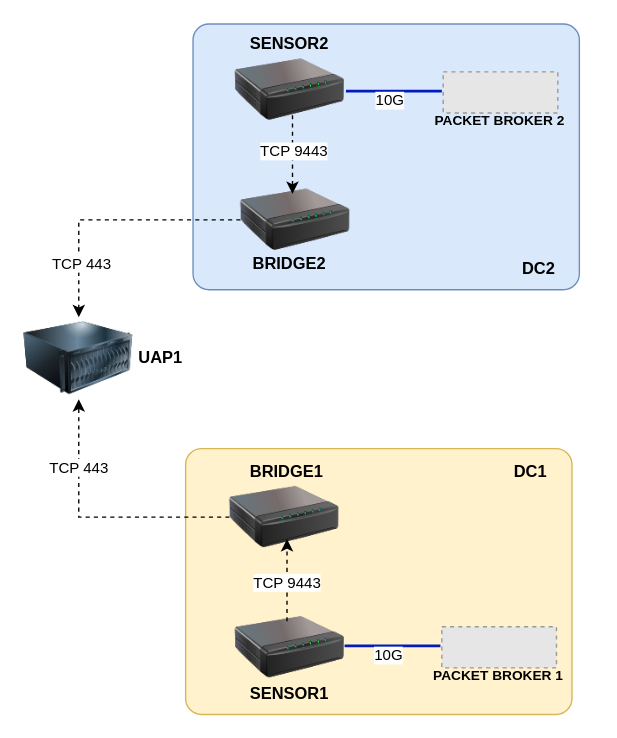
Earlier version of the draw.io diagram woori.drawio (jacmathew/jacmathew). Source tidied: cells renumbered, new cells numbered last; positions are measured from the earlier drawing's top-left corner, leaving out a move shared by most shapes. Both pictures are drawn from the tidied source at 137%, with x=0, y=0 at pixel (23, 23). Pictures stored in the file or linked from it are replaced by grey dashed boxes.
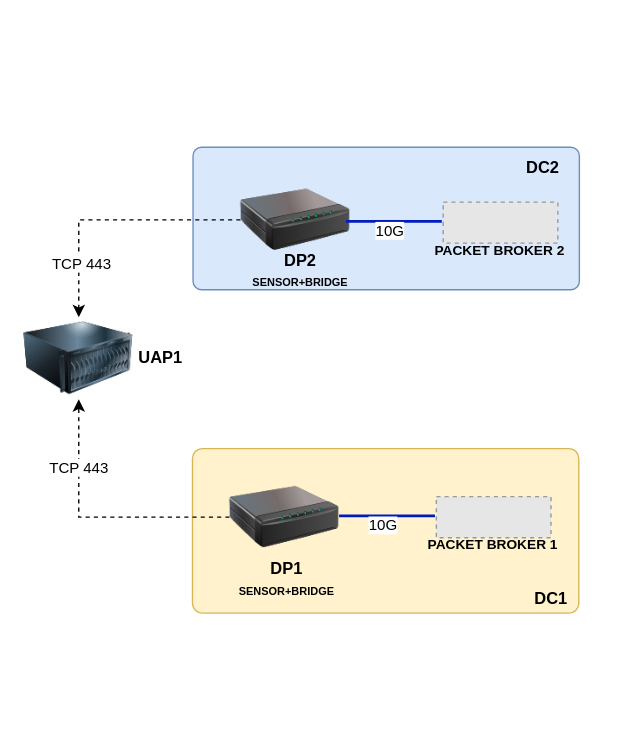
Above is the later version.

Diff of the diagram source:
```diff
@@
     <mxCell id="2" style="rounded=1;whiteSpace=wrap;html=1;arcSize=6;fillColor=#dae8fc;strokeColor=#6c8ebf;" parent="1" vertex="1">
-      <mxGeometry x="123.4" width="282" height="194" as="geometry" />
+      <mxGeometry x="123.4" y="90" width="282" height="104" as="geometry" />
     </mxCell>
     <mxCell id="3" style="rounded=1;whiteSpace=wrap;html=1;arcSize=6;fillColor=#fff2cc;strokeColor=#d6b656;" parent="1" vertex="1">
-      <mxGeometry x="118" y="310" width="282" height="194" as="geometry" />
+      <mxGeometry x="123" y="310" width="282" height="120" as="geometry" />
     </mxCell>
@@
-    <mxCell id="8" style="image;html=1;image=img/lib/clip_art/networking/Print_Server_128x128.png;" parent="1" vertex="1">
-      <mxGeometry x="154" y="415" width="80" height="80" as="geometry" />
-    </mxCell>
     <mxCell id="9" style="fillColor=#E6E6E6;strokeColor=#999999;dashed=1;verticalLabelPosition=bottom;verticalAlign=top;" parent="1" vertex="1">
-      <mxGeometry x="305" y="440" width="83.7" height="30" as="geometry" />
+      <mxGeometry x="301" y="345" width="83.7" height="30" as="geometry" />
     </mxCell>
     <mxCell id="10" style="endArrow=none;html=1;rounded=0;fillColor=#0050ef;strokeColor=#001DBC;strokeWidth=2;" parent="1" edge="1">
       <mxGeometry relative="1" as="geometry">
-        <mxPoint x="234" y="454" as="sourcePoint" />
-        <mxPoint x="304" y="454" as="targetPoint" />
+        <mxPoint x="230" y="359" as="sourcePoint" />
+        <mxPoint x="300" y="359" as="targetPoint" />
       </mxGeometry>
     </mxCell>
@@
-    <mxCell id="12" style="endArrow=classic;dashed=1;html=1;rounded=0;exitX=0.45;exitY=0.313;exitDx=0;exitDy=0;exitPerimeter=0;endFill=1;" parent="1" edge="1">
-      <mxGeometry relative="1" as="geometry">
-        <mxPoint x="192" y="436" as="sourcePoint" />
-        <mxPoint x="192" y="376" as="targetPoint" />
-      </mxGeometry>
-    </mxCell>
-    <mxCell id="13" value="TCP 9443" style="edgeLabel;html=1;align=center;verticalAlign=middle;" parent="12" vertex="1">
-      <mxGeometry x="0.17" y="1" relative="1" as="geometry">
-        <mxPoint y="6" as="offset" />
-      </mxGeometry>
-    </mxCell>
-    <mxCell id="14" value="&lt;b&gt;BRIDGE1&lt;/b&gt;" style="text;html=1;align=center;verticalAlign=middle;whiteSpace=wrap;rounded=0;" parent="1" vertex="1">
-      <mxGeometry x="162" y="312" width="60" height="30" as="geometry" />
-    </mxCell>
-    <mxCell id="15" value="&lt;b&gt;SENSOR1&lt;/b&gt;" style="text;html=1;align=center;verticalAlign=middle;whiteSpace=wrap;rounded=0;" parent="1" vertex="1">
-      <mxGeometry x="164" y="474" width="60" height="30" as="geometry" />
-    </mxCell>
     <mxCell id="16" value="&lt;b&gt;PACKET BROKER 1&lt;/b&gt;" style="text;html=1;align=center;verticalAlign=middle;whiteSpace=wrap;rounded=0;fontSize=10;" parent="1" vertex="1">
-      <mxGeometry x="285.3" y="460" width="123.1" height="30" as="geometry" />
+      <mxGeometry x="281.3" y="365" width="123.1" height="30" as="geometry" />
     </mxCell>
-    <mxCell id="17" style="image;html=1;image=img/lib/clip_art/networking/Print_Server_128x128.png;" parent="1" vertex="1">
-      <mxGeometry x="154" y="8" width="80" height="80" as="geometry" />
-    </mxCell>
@@
     <mxCell id="21" style="fillColor=#E6E6E6;strokeColor=#999999;dashed=1;verticalLabelPosition=bottom;verticalAlign=top;" parent="1" vertex="1">
-      <mxGeometry x="306" y="35" width="83.7" height="30" as="geometry" />
+      <mxGeometry x="306" y="130" width="83.7" height="30" as="geometry" />
     </mxCell>
     <mxCell id="22" style="endArrow=none;html=1;rounded=0;fillColor=#0050ef;strokeColor=#001DBC;strokeWidth=2;" parent="1" edge="1">
       <mxGeometry relative="1" as="geometry">
-        <mxPoint x="235" y="49" as="sourcePoint" />
-        <mxPoint x="305" y="49" as="targetPoint" />
+        <mxPoint x="235" y="144" as="sourcePoint" />
+        <mxPoint x="305" y="144" as="targetPoint" />
       </mxGeometry>
     </mxCell>
@@
-    <mxCell id="24" style="endArrow=none;dashed=1;html=1;rounded=0;exitX=0.45;exitY=0.313;exitDx=0;exitDy=0;exitPerimeter=0;startArrow=classic;startFill=1;" parent="1" edge="1">
-      <mxGeometry relative="1" as="geometry">
-        <mxPoint x="196" y="124" as="sourcePoint" />
-        <mxPoint x="196" y="64" as="targetPoint" />
-      </mxGeometry>
-    </mxCell>
-    <mxCell id="25" value="TCP 9443" style="edgeLabel;html=1;align=center;verticalAlign=middle;" parent="24" vertex="1">
-      <mxGeometry x="0.07" relative="1" as="geometry" />
-    </mxCell>
-    <mxCell id="26" value="&lt;b&gt;BRIDGE2&lt;/b&gt;" style="text;html=1;align=center;verticalAlign=middle;whiteSpace=wrap;rounded=0;" parent="1" vertex="1">
-      <mxGeometry x="164" y="160" width="60" height="30" as="geometry" />
+    <mxCell id="26" value="&lt;div&gt;&lt;b&gt;DP2&lt;/b&gt;&lt;/div&gt;&lt;b&gt;&lt;font style=&quot;font-size: 8px;&quot;&gt;SENSOR+BRIDGE&lt;/font&gt;&lt;/b&gt;" style="text;html=1;align=center;verticalAlign=middle;whiteSpace=wrap;rounded=0;" parent="1" vertex="1">
+      <mxGeometry x="164" y="165" width="76" height="30" as="geometry" />
     </mxCell>
-    <mxCell id="27" value="&lt;b&gt;SENSOR2&lt;/b&gt;" style="text;html=1;align=center;verticalAlign=middle;whiteSpace=wrap;rounded=0;" parent="1" vertex="1">
-      <mxGeometry x="164" width="60" height="30" as="geometry" />
-    </mxCell>
     <mxCell id="28" value="&lt;b&gt;PACKET BROKER 2&lt;/b&gt;" style="text;html=1;align=center;verticalAlign=middle;whiteSpace=wrap;rounded=0;fontSize=10;" parent="1" vertex="1">
-      <mxGeometry x="286.3" y="55" width="123.1" height="30" as="geometry" />
+      <mxGeometry x="286.3" y="150" width="123.1" height="30" as="geometry" />
     </mxCell>
@@
     <mxCell id="30" value="&lt;b&gt;DC1&lt;/b&gt;" style="text;html=1;align=center;verticalAlign=middle;whiteSpace=wrap;rounded=0;" parent="1" vertex="1">
-      <mxGeometry x="340" y="312" width="60" height="30" as="geometry" />
+      <mxGeometry x="355.4" y="405" width="60" height="30" as="geometry" />
     </mxCell>
     <mxCell id="31" value="&lt;b&gt;DC2&lt;/b&gt;" style="text;html=1;align=center;verticalAlign=middle;whiteSpace=wrap;rounded=0;" parent="1" vertex="1">
-      <mxGeometry x="346.4" y="164" width="60" height="30" as="geometry" />
+      <mxGeometry x="349.4" y="90" width="60" height="30" as="geometry" />
     </mxCell>
+    <mxCell id="32" value="&lt;div&gt;&lt;b&gt;DP1&lt;/b&gt;&lt;/div&gt;&lt;b&gt;&lt;font style=&quot;font-size: 8px;&quot;&gt;SENSOR+BRIDGE&lt;/font&gt;&lt;/b&gt;" style="text;html=1;align=center;verticalAlign=middle;whiteSpace=wrap;rounded=0;" parent="1" vertex="1">
+      <mxGeometry x="154" y="390" width="76" height="30" as="geometry" />
+    </mxCell>
```
